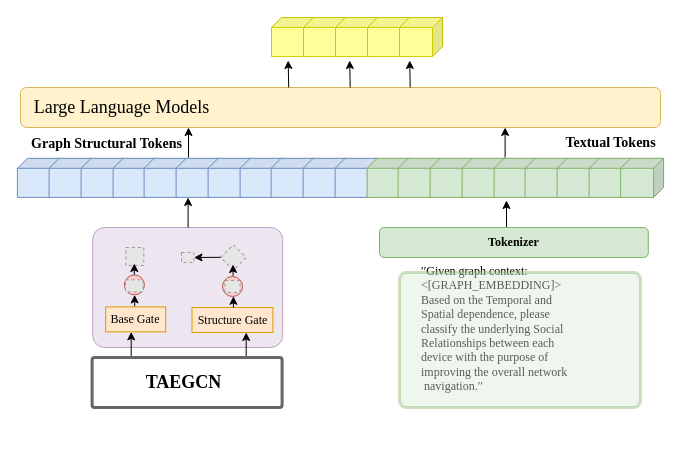
Earlier version of the draw.io diagram subframework.drawio (hzb29/hzb29). Source tidied: cells renumbered, new cells numbered last; positions are measured from the earlier drawing's top-left corner, leaving out a move shared by most shapes. Both pictures are drawn from the tidied source at 100%, with x=0, y=0 at pixel (17, 17). Pictures stored in the file or linked from it are replaced by grey dashed boxes.
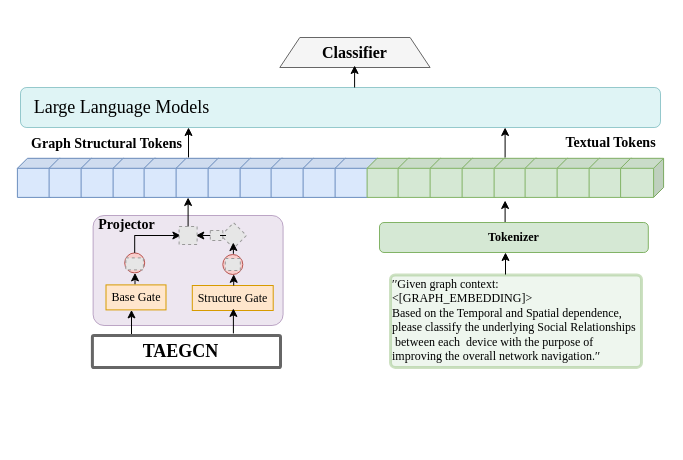
Above is the later version.

The edit, as a diff of the source:
```diff
@@
     <mxCell id="2" style="rounded=1;whiteSpace=wrap;html=1;fillColor=#e1d5e7;strokeColor=#9673a6;opacity=60;arcSize=10;" parent="1" vertex="1">
-      <mxGeometry x="75.2" y="210" width="190" height="120" as="geometry" />
+      <mxGeometry x="75.6" y="198" width="190" height="110" as="geometry" />
     </mxCell>
-    <mxCell id="3" style="rounded=1;whiteSpace=wrap;html=1;fillColor=#fff2cc;strokeColor=#d6b656;" parent="1" vertex="1">
+    <mxCell id="3" style="rounded=1;whiteSpace=wrap;html=1;fillColor=#b0e3e6;strokeColor=#0e8088;opacity=40;" parent="1" vertex="1">
       <mxGeometry x="3" y="70" width="640" height="40" as="geometry" />
     </mxCell>
@@
     <mxCell id="7" style="edgeStyle=orthogonalEdgeStyle;rounded=0;orthogonalLoop=1;jettySize=auto;html=1;exitX=0.5;exitY=0;exitDx=0;exitDy=0;entryX=0.5;entryY=1;entryDx=0;entryDy=0;" parent="1" edge="1">
       <mxGeometry relative="1" as="geometry">
-        <mxPoint x="113.7" y="339.4" as="sourcePoint" />
-        <mxPoint x="113.7" y="314.4" as="targetPoint" />
+        <mxPoint x="114" y="317.4" as="sourcePoint" />
+        <mxPoint x="114" y="292.4" as="targetPoint" />
       </mxGeometry>
     </mxCell>
     <mxCell id="8" style="endArrow=classic;html=1;rounded=0;entryX=0.5;entryY=1;entryDx=0;entryDy=0;entryPerimeter=0;" parent="1" edge="1">
       <mxGeometry relative="1" as="geometry">
-        <mxPoint x="489" y="210" as="sourcePoint" />
-        <mxPoint x="489" y="183" as="targetPoint" />
+        <mxPoint x="487.6" y="210" as="sourcePoint" />
+        <mxPoint x="487.6" y="183" as="targetPoint" />
       </mxGeometry>
     </mxCell>
@@
-    <mxCell id="10" style="endArrow=classic;html=1;rounded=0;entryX=0.084;entryY=1.05;entryDx=0;entryDy=0;entryPerimeter=0;exitX=0.419;exitY=-0.075;exitDx=0;exitDy=0;exitPerimeter=0;" parent="1" edge="1">
-      <mxGeometry relative="1" as="geometry">
-        <mxPoint x="271.2" y="70" as="sourcePoint" />
-        <mxPoint x="270.7" y="43" as="targetPoint" />
-      </mxGeometry>
-    </mxCell>
-    <mxCell id="11" style="endArrow=classic;html=1;rounded=0;entryX=0.084;entryY=1.05;entryDx=0;entryDy=0;entryPerimeter=0;exitX=0.419;exitY=-0.075;exitDx=0;exitDy=0;exitPerimeter=0;" parent="1" edge="1">
-      <mxGeometry relative="1" as="geometry">
-        <mxPoint x="332.7" y="70" as="sourcePoint" />
-        <mxPoint x="332.2" y="43" as="targetPoint" />
-      </mxGeometry>
-    </mxCell>
-    <mxCell id="12" style="endArrow=classic;html=1;rounded=0;entryX=0.084;entryY=1.05;entryDx=0;entryDy=0;entryPerimeter=0;exitX=0.419;exitY=-0.075;exitDx=0;exitDy=0;exitPerimeter=0;" parent="1" edge="1">
-      <mxGeometry relative="1" as="geometry">
-        <mxPoint x="392.7" y="70" as="sourcePoint" />
-        <mxPoint x="392.2" y="43" as="targetPoint" />
-      </mxGeometry>
-    </mxCell>
     <mxCell id="13" value="&lt;span style=&quot;text-align: start; white-space: pre;&quot;&gt;&lt;font face=&quot;Times New Roman&quot;&gt;&lt;b&gt;Tokenizer&lt;/b&gt;&lt;/font&gt;&lt;/span&gt;" style="rounded=1;whiteSpace=wrap;html=1;fillColor=#d5e8d4;strokeColor=#82b366;" parent="1" vertex="1">
-      <mxGeometry x="362" y="210" width="268.8" height="30" as="geometry" />
+      <mxGeometry x="362" y="205" width="268.8" height="30" as="geometry" />
     </mxCell>
     <mxCell id="14" value="&lt;font face=&quot;Times New Roman&quot;&gt;Structure Gate&lt;/font&gt;" style="rounded=0;whiteSpace=wrap;html=1;fillColor=#ffe6cc;strokeColor=#d79b00;" parent="1" vertex="1">
-      <mxGeometry x="174.5" y="290" width="80.9" height="25" as="geometry" />
+      <mxGeometry x="174.8" y="268" width="80.9" height="25" as="geometry" />
     </mxCell>
     <mxCell id="15" value="&lt;font face=&quot;Times New Roman&quot;&gt;Base Gate&lt;/font&gt;" style="rounded=0;whiteSpace=wrap;html=1;fillColor=#ffe6cc;strokeColor=#d79b00;" parent="1" vertex="1">
-      <mxGeometry x="88.2" y="289.4" width="60" height="25" as="geometry" />
+      <mxGeometry x="88.5" y="267.4" width="60" height="25" as="geometry" />
     </mxCell>
     <mxCell id="16" style="edgeStyle=orthogonalEdgeStyle;rounded=0;orthogonalLoop=1;jettySize=auto;html=1;exitX=0.5;exitY=0;exitDx=0;exitDy=0;entryX=0.5;entryY=1;entryDx=0;entryDy=0;" parent="1" edge="1">
       <mxGeometry relative="1" as="geometry">
-        <mxPoint x="228.7" y="340" as="sourcePoint" />
-        <mxPoint x="228.7" y="315" as="targetPoint" />
+        <mxPoint x="215.9" y="315.9" as="sourcePoint" />
+        <mxPoint x="215.9" y="290.9" as="targetPoint" />
       </mxGeometry>
     </mxCell>
-    <mxCell id="17" style="fillColor=#E6E6E6;strokeColor=#999999;dashed=1;verticalLabelPosition=bottom;labelBackgroundColor=default;verticalAlign=top;" parent="1" vertex="1">
-      <mxGeometry x="164" y="235" width="12.5" height="10" as="geometry" />
-    </mxCell>
-    <mxCell id="18" style="endArrow=classic;html=1;rounded=0;entryX=1;entryY=0.5;entryDx=0;entryDy=0;" parent="1" edge="1">
+    <mxCell id="18" style="endArrow=classic;html=1;rounded=0;" parent="1" edge="1">
       <mxGeometry relative="1" as="geometry">
-        <mxPoint x="207.7" y="239.8" as="sourcePoint" />
-        <mxPoint x="176.5" y="240" as="targetPoint" />
+        <mxPoint x="193.3" y="218" as="sourcePoint" />
+        <mxPoint x="178.3" y="218" as="targetPoint" />
       </mxGeometry>
     </mxCell>
-    <mxCell id="19" value="&lt;div style=&quot;caret-color: rgb(0, 0, 0); color: rgb(0, 0, 0); font-style: normal; font-variant-caps: normal; font-weight: 400; letter-spacing: normal; text-indent: 0px; text-transform: none; white-space: nowrap; word-spacing: 0px; -webkit-text-stroke-width: 0px; text-decoration: none;&quot;&gt;&lt;font face=&quot;Times New Roman&quot;&gt;′′Given graph context:&amp;nbsp;&lt;/font&gt;&lt;/div&gt;&lt;div style=&quot;caret-color: rgb(0, 0, 0); color: rgb(0, 0, 0); font-style: normal; font-variant-caps: normal; font-weight: 400; letter-spacing: normal; text-indent: 0px; text-transform: none; white-space: nowrap; word-spacing: 0px; -webkit-text-stroke-width: 0px; text-decoration: none;&quot;&gt;&lt;font&gt;&lt;font style=&quot;&quot; face=&quot;Times New Roman&quot;&gt;&amp;lt;[GRAPH_EMBEDDING]&lt;/font&gt;&lt;span style=&quot;font-family: &amp;quot;Times New Roman&amp;quot;; color: light-dark(rgb(0, 0, 0), rgb(237, 237, 237)); caret-color: light-dark(rgb(0, 0, 0), rgb(237, 237, 237)); background-color: transparent;&quot;&gt;&amp;gt;&amp;nbsp;&lt;/span&gt;&lt;/font&gt;&lt;/div&gt;&lt;div style=&quot;caret-color: rgb(0, 0, 0); color: rgb(0, 0, 0);&quot;&gt;&lt;span style=&quot;background-color: transparent; text-wrap-mode: nowrap;&quot;&gt;&lt;font face=&quot;Times New Roman&quot;&gt;Based on the Temporal and&amp;nbsp;&lt;/font&gt;&lt;/span&gt;&lt;/div&gt;&lt;div style=&quot;caret-color: rgb(0, 0, 0); color: rgb(0, 0, 0);&quot;&gt;&lt;span style=&quot;background-color: transparent; text-wrap-mode: nowrap;&quot;&gt;&lt;font face=&quot;Times New Roman&quot;&gt;Spatial dependence, please&amp;nbsp;&lt;/font&gt;&lt;/span&gt;&lt;/div&gt;&lt;div style=&quot;caret-color: rgb(0, 0, 0); color: rgb(0, 0, 0);&quot;&gt;&lt;span style=&quot;background-color: transparent; text-wrap-mode: nowrap;&quot;&gt;&lt;font face=&quot;Times New Roman&quot;&gt;classify the underlying Social&amp;nbsp;&lt;/font&gt;&lt;/span&gt;&lt;/div&gt;&lt;div style=&quot;caret-color: rgb(0, 0, 0); color: rgb(0, 0, 0);&quot;&gt;&lt;span style=&quot;background-color: transparent; text-wrap-mode: nowrap;&quot;&gt;&lt;font face=&quot;Times New Roman&quot;&gt;Relationships between each&amp;nbsp;&lt;/font&gt;&lt;/span&gt;&lt;/div&gt;&lt;div style=&quot;caret-color: rgb(0, 0, 0); color: rgb(0, 0, 0);&quot;&gt;&lt;span style=&quot;background-color: transparent; text-wrap-mode: nowrap;&quot;&gt;&lt;font face=&quot;Times New Roman&quot;&gt;device with the purpose of&amp;nbsp;&lt;/font&gt;&lt;/span&gt;&lt;/div&gt;&lt;div style=&quot;caret-color: rgb(0, 0, 0); color: rgb(0, 0, 0);&quot;&gt;&lt;span style=&quot;background-color: transparent; text-wrap-mode: nowrap;&quot;&gt;&lt;font face=&quot;Times New Roman&quot;&gt;improving the overall network&lt;/font&gt;&lt;/span&gt;&lt;/div&gt;&lt;div style=&quot;caret-color: rgb(0, 0, 0); color: rgb(0, 0, 0);&quot;&gt;&lt;font&gt;&lt;span style=&quot;background-color: transparent; text-wrap-mode: nowrap;&quot;&gt;&lt;font face=&quot;Times New Roman&quot;&gt;&amp;nbsp;navigation.&lt;/font&gt;&lt;/span&gt;&lt;span style=&quot;color: light-dark(rgb(0, 0, 0), rgb(237, 237, 237)); font-style: normal; font-variant-caps: normal; font-weight: 400; letter-spacing: normal; text-transform: none; word-spacing: 0px; text-decoration-line: none; -webkit-text-stroke-width: 0px; caret-color: light-dark(rgb(0, 0, 0), rgb(237, 237, 237)); white-space: nowrap; font-family: &amp;quot;Times New Roman&amp;quot;; background-color: transparent;&quot;&gt;′′&lt;/span&gt;&lt;/font&gt;&lt;/div&gt;" style="text;whiteSpace=wrap;html=1;align=left;" parent="1" vertex="1">
-      <mxGeometry x="401.6" y="240" width="213" height="185.1" as="geometry" />
-    </mxCell>
     <mxCell id="20" style="group;" parent="1" vertex="1">
-      <mxGeometry x="203.2" y="227.3" width="25.5" height="51.7" as="geometry" />
+      <mxGeometry x="203.5" y="205.3" width="25.5" height="51.7" as="geometry" />
     </mxCell>
@@
-    <mxCell id="26" style="group;" parent="1" vertex="1">
-      <mxGeometry x="106.9" y="230" width="22.7" height="47.4" as="geometry" />
-    </mxCell>
-    <mxCell id="27" style="group;" parent="26" vertex="1">
-      <mxGeometry y="27.4" width="22.7" height="20" as="geometry" />
-    </mxCell>
-    <mxCell id="28" style="ellipse;whiteSpace=wrap;html=1;fillColor=#f8cecc;strokeColor=#b85450;" parent="27" vertex="1">
-      <mxGeometry width="20" height="20" as="geometry" />
-    </mxCell>
-    <mxCell id="29" style="fillColor=#E6E6E6;strokeColor=#999999;dashed=1;verticalLabelPosition=bottom;labelBackgroundColor=default;verticalAlign=top;" parent="27" vertex="1">
-      <mxGeometry x="1.1" y="5" width="17.6" height="12" as="geometry" />
-    </mxCell>
-    <mxCell id="30" style="fillColor=#E6E6E6;strokeColor=#999999;dashed=1;verticalLabelPosition=bottom;labelBackgroundColor=default;verticalAlign=top;rotation=90;" parent="26" vertex="1">
-      <mxGeometry x="1.4" width="18" height="18" as="geometry" />
-    </mxCell>
-    <mxCell id="31" style="edgeStyle=orthogonalEdgeStyle;rounded=0;orthogonalLoop=1;jettySize=auto;html=1;exitX=0.5;exitY=0;exitDx=0;exitDy=0;" parent="26" edge="1">
-      <mxGeometry relative="1" as="geometry">
-        <mxPoint x="9.9" y="27.2" as="sourcePoint" />
-        <mxPoint x="9.9" y="16" as="targetPoint" />
-      </mxGeometry>
-    </mxCell>
     <mxCell id="32" style="edgeStyle=orthogonalEdgeStyle;rounded=0;orthogonalLoop=1;jettySize=auto;html=1;exitX=0.5;exitY=0;exitDx=0;exitDy=0;" parent="1" edge="1">
       <mxGeometry relative="1" as="geometry">
-        <mxPoint x="215.9" y="290" as="sourcePoint" />
-        <mxPoint x="215.9" y="278.8" as="targetPoint" />
+        <mxPoint x="216.2" y="268" as="sourcePoint" />
+        <mxPoint x="216.2" y="256.8" as="targetPoint" />
       </mxGeometry>
     </mxCell>
     <mxCell id="33" style="edgeStyle=orthogonalEdgeStyle;rounded=0;orthogonalLoop=1;jettySize=auto;html=1;exitX=0.5;exitY=0;exitDx=0;exitDy=0;" parent="1" edge="1">
       <mxGeometry relative="1" as="geometry">
-        <mxPoint x="117.2" y="288.7" as="sourcePoint" />
-        <mxPoint x="117.1" y="277.4" as="targetPoint" />
+        <mxPoint x="117.5" y="266.7" as="sourcePoint" />
+        <mxPoint x="117.5" y="255.4" as="targetPoint" />
       </mxGeometry>
     </mxCell>
-    <mxCell id="34" style="shape=cube;whiteSpace=wrap;html=1;boundedLbl=1;backgroundOutline=1;darkOpacity=0.05;darkOpacity2=0.1;flipH=1;fillColor=#FFFF99;strokeColor=#CCCC00;size=10;gradientColor=none;" parent="1" vertex="1">
-      <mxGeometry x="254" width="43" height="39.1" as="geometry" />
-    </mxCell>
-    <mxCell id="35" style="shape=cube;whiteSpace=wrap;html=1;boundedLbl=1;backgroundOutline=1;darkOpacity=0.05;darkOpacity2=0.1;flipH=1;fillColor=#FFFF99;strokeColor=#CCCC00;size=10;gradientColor=none;" parent="1" vertex="1">
-      <mxGeometry x="286" width="43" height="39.1" as="geometry" />
-    </mxCell>
-    <mxCell id="36" style="shape=cube;whiteSpace=wrap;html=1;boundedLbl=1;backgroundOutline=1;darkOpacity=0.05;darkOpacity2=0.1;flipH=1;fillColor=#FFFF99;strokeColor=#CCCC00;size=10;gradientColor=none;" parent="1" vertex="1">
-      <mxGeometry x="318" width="43" height="39.1" as="geometry" />
-    </mxCell>
-    <mxCell id="37" style="shape=cube;whiteSpace=wrap;html=1;boundedLbl=1;backgroundOutline=1;darkOpacity=0.05;darkOpacity2=0.1;flipH=1;fillColor=#FFFF99;strokeColor=#CCCC00;size=10;gradientColor=none;" parent="1" vertex="1">
-      <mxGeometry x="350" width="43" height="39.1" as="geometry" />
-    </mxCell>
@@
     <mxCell id="58" style="rounded=1;whiteSpace=wrap;html=1;fillColor=default;strokeColor=#666666;strokeWidth=3;arcSize=5;fontColor=#333333;" parent="1" vertex="1">
-      <mxGeometry x="74.6" y="340" width="190" height="50" as="geometry" />
+      <mxGeometry x="74.9" y="318" width="188.1" height="32" as="geometry" />
     </mxCell>
     <mxCell id="59" value="&lt;b style=&quot;font-family: &amp;quot;Times New Roman&amp;quot;;&quot;&gt;&lt;font style=&quot;font-size: 18px;&quot;&gt;TAEGCN&lt;/font&gt;&lt;/b&gt;" style="text;html=1;align=center;verticalAlign=middle;strokeColor=none;fillColor=none;" parent="1" vertex="1">
-      <mxGeometry x="115.6" y="345" width="100" height="40" as="geometry" />
+      <mxGeometry x="113" y="314" width="100" height="40" as="geometry" />
     </mxCell>
-    <mxCell id="60" style="shape=cube;whiteSpace=wrap;html=1;boundedLbl=1;backgroundOutline=1;darkOpacity=0.05;darkOpacity2=0.1;flipH=1;fillColor=#FFFF99;strokeColor=#CCCC00;size=10;gradientColor=none;" parent="1" vertex="1">
-      <mxGeometry x="382" width="43" height="39.1" as="geometry" />
-    </mxCell>
@@
+    <mxCell id="64" style="endArrow=classic;html=1;rounded=0;" parent="1" edge="1">
+      <mxGeometry relative="1" as="geometry">
+        <mxPoint x="116.8" y="218" as="sourcePoint" />
+        <mxPoint x="163.4" y="218" as="targetPoint" />
+      </mxGeometry>
+    </mxCell>
+    <mxCell id="27" style="group;" parent="1" vertex="1">
+      <mxGeometry x="107.2" y="235.4" width="22.7" height="20" as="geometry" />
+    </mxCell>
+    <mxCell id="28" style="ellipse;whiteSpace=wrap;html=1;fillColor=#f8cecc;strokeColor=#b85450;" parent="27" vertex="1">
+      <mxGeometry width="20" height="20" as="geometry" />
+    </mxCell>
+    <mxCell id="29" style="fillColor=#E6E6E6;strokeColor=#999999;dashed=1;verticalLabelPosition=bottom;labelBackgroundColor=default;verticalAlign=top;" parent="27" vertex="1">
+      <mxGeometry x="1.1" y="5" width="17.6" height="12" as="geometry" />
+    </mxCell>
+    <mxCell id="30" style="fillColor=#E6E6E6;strokeColor=#999999;dashed=1;verticalLabelPosition=bottom;labelBackgroundColor=default;verticalAlign=top;rotation=90;" parent="1" vertex="1">
+      <mxGeometry x="161.6" y="209" width="18" height="18" as="geometry" />
+    </mxCell>
+    <mxCell id="17" style="fillColor=#E6E6E6;strokeColor=#999999;dashed=1;verticalLabelPosition=bottom;labelBackgroundColor=default;verticalAlign=top;" parent="1" vertex="1">
+      <mxGeometry x="192.8" y="213" width="12.5" height="10" as="geometry" />
+    </mxCell>
+    <mxCell id="65" style="endArrow=none;html=1;rounded=0;" parent="1" edge="1">
+      <mxGeometry relative="1" as="geometry">
+        <mxPoint x="202.5" y="218" as="sourcePoint" />
+        <mxPoint x="208.5" y="218" as="targetPoint" />
+      </mxGeometry>
+    </mxCell>
+    <mxCell id="66" style="endArrow=none;html=1;rounded=0;" parent="1" edge="1">
+      <mxGeometry relative="1" as="geometry">
+        <mxPoint x="117.2" y="235.4" as="sourcePoint" />
+        <mxPoint x="117.2" y="218.4" as="targetPoint" />
+      </mxGeometry>
+    </mxCell>
+    <mxCell id="67" style="group;" parent="1" vertex="1">
+      <mxGeometry x="373" y="253.4" width="251" height="100" as="geometry" />
+    </mxCell>
-    <mxCell id="63" style="rounded=1;whiteSpace=wrap;html=1;fillColor=#d5e8d4;strokeWidth=3;arcSize=5;opacity=40;strokeColor=#82b366;" parent="1" vertex="1">
-      <mxGeometry x="382" y="255" width="241" height="135" as="geometry" />
+    <mxCell id="63" style="rounded=1;whiteSpace=wrap;html=1;fillColor=#d5e8d4;strokeWidth=3;arcSize=5;opacity=40;strokeColor=#82b366;" parent="67" vertex="1">
+      <mxGeometry y="4" width="251" height="92.5" as="geometry" />
     </mxCell>
+    <mxCell id="19" value="&lt;div style=&quot;caret-color: rgb(0, 0, 0); color: rgb(0, 0, 0); font-style: normal; font-variant-caps: normal; font-weight: 400; letter-spacing: normal; text-indent: 0px; text-transform: none; white-space: nowrap; word-spacing: 0px; -webkit-text-stroke-width: 0px; text-decoration: none;&quot;&gt;&lt;font face=&quot;Times New Roman&quot;&gt;′′Given graph context:&amp;nbsp;&lt;/font&gt;&lt;/div&gt;&lt;div style=&quot;caret-color: rgb(0, 0, 0); color: rgb(0, 0, 0); font-style: normal; font-variant-caps: normal; font-weight: 400; letter-spacing: normal; text-indent: 0px; text-transform: none; white-space: nowrap; word-spacing: 0px; -webkit-text-stroke-width: 0px; text-decoration: none;&quot;&gt;&lt;font&gt;&lt;font style=&quot;&quot; face=&quot;Times New Roman&quot;&gt;&amp;lt;[GRAPH_EMBEDDING]&lt;/font&gt;&lt;span style=&quot;font-family: &amp;quot;Times New Roman&amp;quot;; color: light-dark(rgb(0, 0, 0), rgb(237, 237, 237)); caret-color: light-dark(rgb(0, 0, 0), rgb(237, 237, 237)); background-color: transparent;&quot;&gt;&amp;gt;&amp;nbsp;&lt;/span&gt;&lt;/font&gt;&lt;/div&gt;&lt;div style=&quot;caret-color: rgb(0, 0, 0); color: rgb(0, 0, 0);&quot;&gt;&lt;span style=&quot;background-color: transparent; text-wrap-mode: nowrap;&quot;&gt;&lt;font face=&quot;Times New Roman&quot;&gt;Based on the Temporal and&amp;nbsp;&lt;/font&gt;&lt;/span&gt;&lt;span style=&quot;font-family: &amp;quot;Times New Roman&amp;quot;; background-color: transparent; text-wrap-mode: nowrap; color: light-dark(rgb(0, 0, 0), rgb(237, 237, 237)); caret-color: light-dark(rgb(0, 0, 0), rgb(237, 237, 237));&quot;&gt;Spatial dependence,&lt;/span&gt;&lt;/div&gt;&lt;div style=&quot;caret-color: rgb(0, 0, 0); color: rgb(0, 0, 0);&quot;&gt;&lt;span style=&quot;font-family: &amp;quot;Times New Roman&amp;quot;; background-color: transparent; text-wrap-mode: nowrap; color: light-dark(rgb(0, 0, 0), rgb(237, 237, 237)); caret-color: light-dark(rgb(0, 0, 0), rgb(237, 237, 237));&quot;&gt;please&amp;nbsp;&lt;/span&gt;&lt;span style=&quot;font-family: &amp;quot;Times New Roman&amp;quot;; background-color: transparent; text-wrap-mode: nowrap; color: light-dark(rgb(0, 0, 0), rgb(237, 237, 237)); caret-color: light-dark(rgb(0, 0, 0), rgb(237, 237, 237));&quot;&gt;classify the underlying Social&amp;nbsp;&lt;/span&gt;&lt;span style=&quot;font-family: &amp;quot;Times New Roman&amp;quot;; background-color: transparent; text-wrap-mode: nowrap; color: light-dark(rgb(0, 0, 0), rgb(237, 237, 237)); caret-color: light-dark(rgb(0, 0, 0), rgb(237, 237, 237));&quot;&gt;Relationships&lt;/span&gt;&lt;/div&gt;&lt;div style=&quot;caret-color: rgb(0, 0, 0); color: rgb(0, 0, 0);&quot;&gt;&lt;span style=&quot;font-family: &amp;quot;Times New Roman&amp;quot;; background-color: transparent; text-wrap-mode: nowrap; color: light-dark(rgb(0, 0, 0), rgb(237, 237, 237)); caret-color: light-dark(rgb(0, 0, 0), rgb(237, 237, 237));&quot;&gt;&amp;nbsp;between each&amp;nbsp;&amp;nbsp;&lt;/span&gt;&lt;span style=&quot;font-family: &amp;quot;Times New Roman&amp;quot;; background-color: transparent; text-wrap-mode: nowrap; color: light-dark(rgb(0, 0, 0), rgb(237, 237, 237)); caret-color: light-dark(rgb(0, 0, 0), rgb(237, 237, 237));&quot;&gt;device with the purpose of&amp;nbsp;&lt;/span&gt;&lt;/div&gt;&lt;div style=&quot;caret-color: rgb(0, 0, 0); color: rgb(0, 0, 0);&quot;&gt;&lt;span style=&quot;font-family: &amp;quot;Times New Roman&amp;quot;; background-color: transparent; text-wrap-mode: nowrap; color: light-dark(rgb(0, 0, 0), rgb(237, 237, 237)); caret-color: light-dark(rgb(0, 0, 0), rgb(237, 237, 237));&quot;&gt;improving the overall network&lt;/span&gt;&lt;span style=&quot;color: light-dark(rgb(0, 0, 0), rgb(237, 237, 237)); caret-color: light-dark(rgb(0, 0, 0), rgb(237, 237, 237)); background-color: transparent; text-wrap-mode: nowrap;&quot;&gt;&lt;font face=&quot;Times New Roman&quot;&gt;&amp;nbsp;navigation.&lt;/font&gt;&lt;/span&gt;&lt;span style=&quot;color: light-dark(rgb(0, 0, 0), rgb(237, 237, 237)); caret-color: light-dark(rgb(0, 0, 0), rgb(237, 237, 237)); background-color: transparent; text-wrap-mode: nowrap; font-family: &amp;quot;Times New Roman&amp;quot;;&quot;&gt;′′&lt;/span&gt;&lt;/div&gt;" style="text;whiteSpace=wrap;html=1;align=left;" parent="67" vertex="1">
+      <mxGeometry width="250" height="100" as="geometry" />
+    </mxCell>
+    <mxCell id="68" style="endArrow=classic;html=1;rounded=0;" parent="1" edge="1">
+      <mxGeometry relative="1" as="geometry">
+        <mxPoint x="488" y="257" as="sourcePoint" />
+        <mxPoint x="488" y="235" as="targetPoint" />
+      </mxGeometry>
+    </mxCell>
+    <mxCell id="69" value="&lt;font style=&quot;font-size: 14px;&quot; face=&quot;Times New Roman&quot;&gt;&lt;b&gt;Projector&lt;/b&gt;&lt;/font&gt;" style="text;html=1;align=center;verticalAlign=middle;strokeColor=none;fillColor=none;" parent="1" vertex="1">
+      <mxGeometry x="68.6" y="193" width="80" height="30" as="geometry" />
+    </mxCell>
+    <mxCell id="70" style="group;rotation=-180;" parent="1" vertex="1">
+      <mxGeometry x="262.3" y="20" width="150.3" height="31" as="geometry" />
+    </mxCell>
+    <mxCell id="71" style="shape=trapezoid;perimeter=trapezoidPerimeter;whiteSpace=wrap;html=1;fixedSize=1;rotation=-360;fillColor=#f5f5f5;strokeColor=#666666;fontColor=#333333;" parent="70" vertex="1">
+      <mxGeometry width="150.3" height="30" as="geometry" />
+    </mxCell>
+    <mxCell id="72" value="&lt;div style=&quot;text-align: center;&quot;&gt;&lt;br&gt;&lt;/div&gt;" style="text;whiteSpace=wrap;html=1;rotation=-180;" parent="70" vertex="1">
+      <mxGeometry x="29" y="31" width="80" as="geometry" />
+    </mxCell>
+    <mxCell id="73" value="&lt;font style=&quot;font-size: 16px;&quot; face=&quot;Times New Roman&quot;&gt;&lt;b&gt;Classifier&lt;/b&gt;&lt;/font&gt;" style="text;html=1;align=center;verticalAlign=middle;strokeColor=none;fillColor=none;" parent="70" vertex="1">
+      <mxGeometry x="30.1" width="90" height="30" as="geometry" />
+    </mxCell>
+    <mxCell id="74" style="endArrow=classic;html=1;rounded=0;" parent="1" edge="1">
+      <mxGeometry relative="1" as="geometry">
+        <mxPoint x="337.1" y="70" as="sourcePoint" />
+        <mxPoint x="337.1" y="48" as="targetPoint" />
+      </mxGeometry>
+    </mxCell>
```
